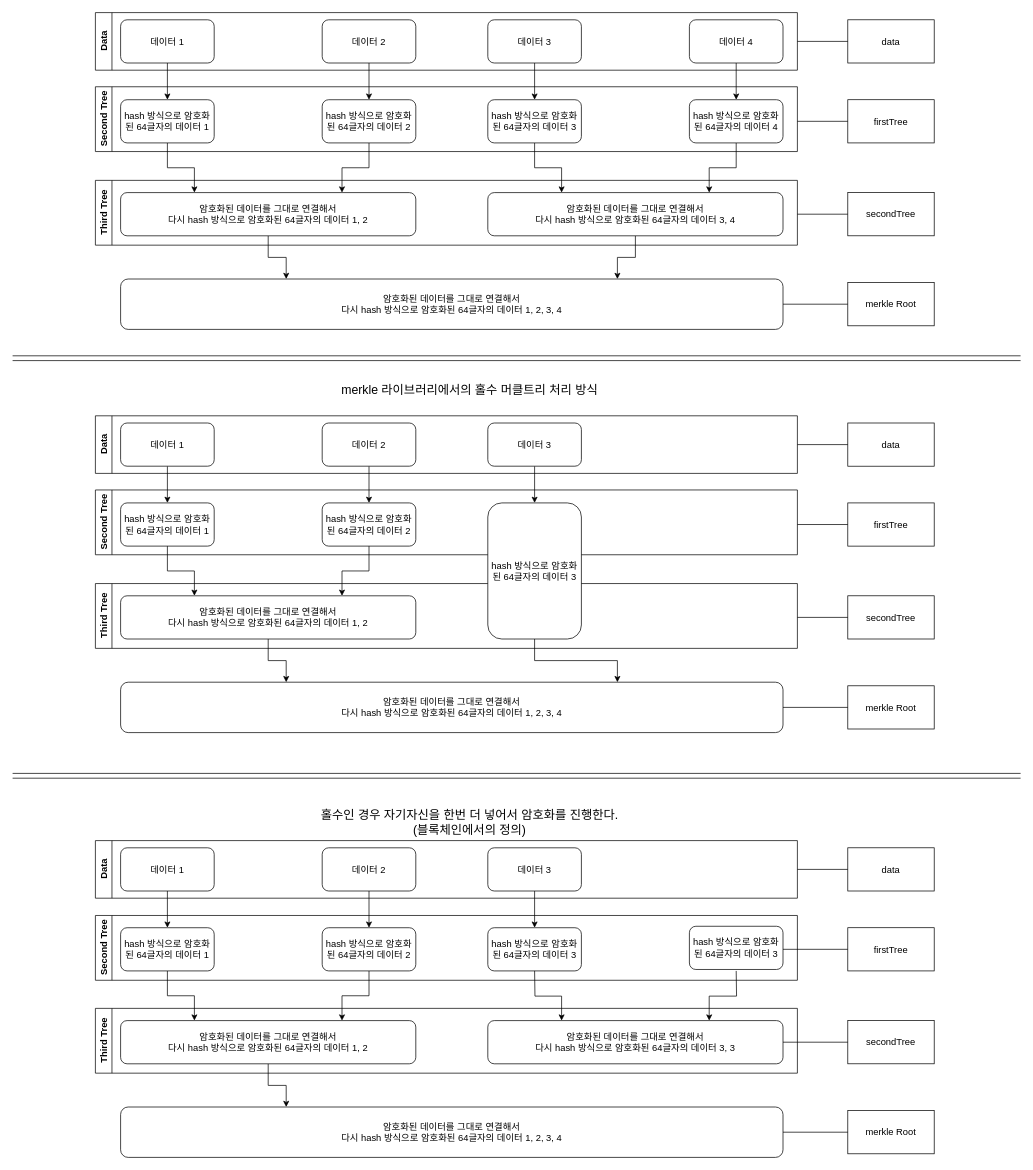
The draw.io diagram New.No.057/merkle.drawio in KimSunJ/Blockchain77, before the edit. Source tidied: cells renumbered, new cells numbered last; positions are measured from the earlier drawing's top-left corner, leaving out a move shared by most shapes. Both pictures are drawn from the tidied source at 72%, with x=0, y=0 at pixel (12, 12).
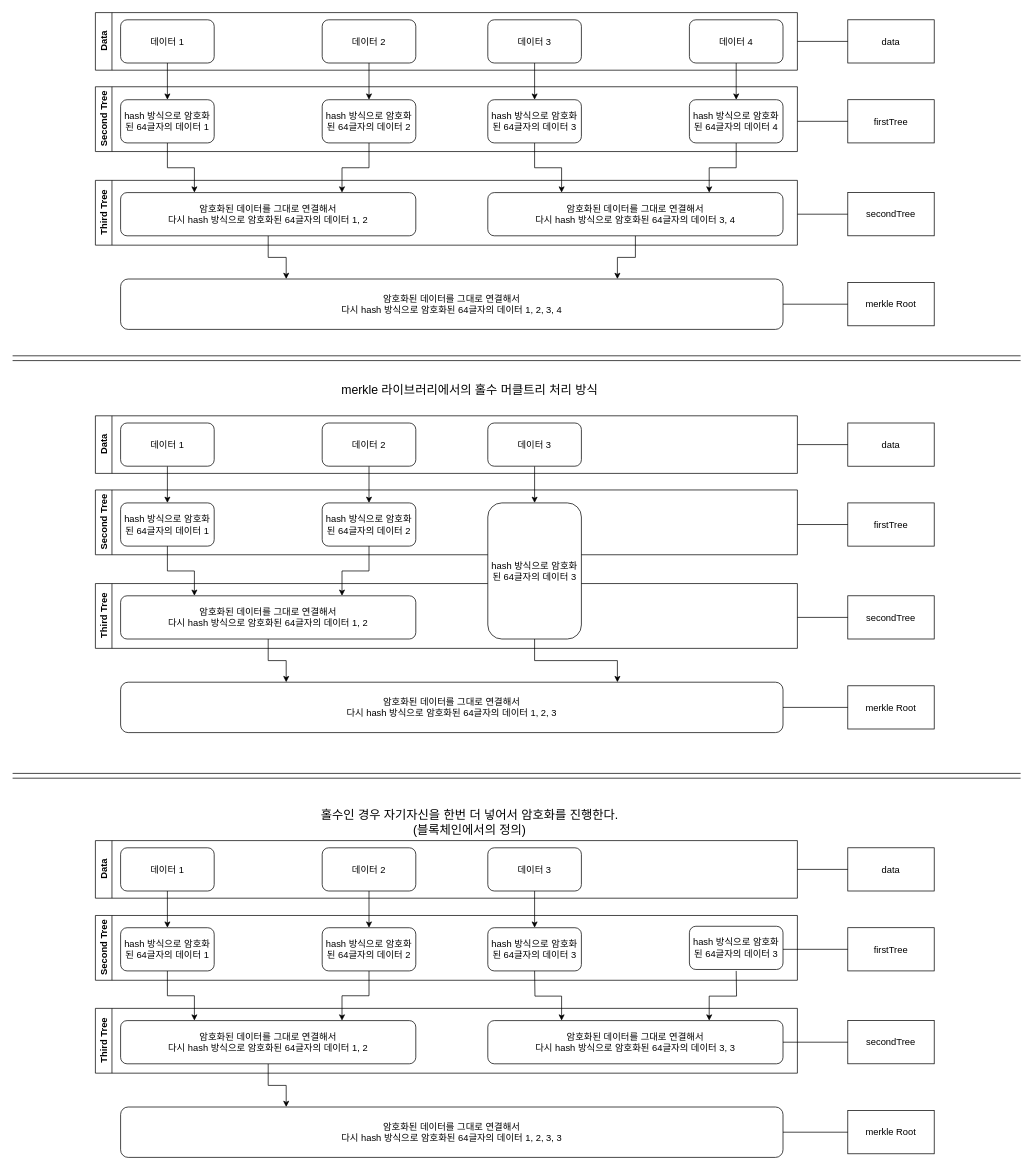
The same diagram, later.

Change to the diagram source:
```diff
@@
-    <mxCell id="47" value="암호화된 데이터를 그대로 연결해서&lt;br style=&quot;font-size: 13px;&quot;&gt;다시 hash 방식으로 암호화된 64글자의 데이터 1, 2, 3, 4" style="rounded=1;whiteSpace=wrap;html=1;fontSize=13;" parent="1" vertex="1">
+    <mxCell id="47" value="암호화된 데이터를 그대로 연결해서&lt;br style=&quot;font-size: 13px;&quot;&gt;다시 hash 방식으로 암호화된 64글자의 데이터 1, 2, 3" style="rounded=1;whiteSpace=wrap;html=1;fontSize=13;" parent="1" vertex="1">
       <mxGeometry x="150" y="930" width="920" height="70" as="geometry" />
     </mxCell>
@@
-    <mxCell id="73" value="암호화된 데이터를 그대로 연결해서&lt;br style=&quot;font-size: 13px;&quot;&gt;다시 hash 방식으로 암호화된 64글자의 데이터 1, 2, 3, 4" style="rounded=1;whiteSpace=wrap;html=1;fontSize=13;" parent="1" vertex="1">
+    <mxCell id="73" value="암호화된 데이터를 그대로 연결해서&lt;br style=&quot;font-size: 13px;&quot;&gt;다시 hash 방식으로 암호화된 64글자의 데이터 1, 2, 3, 3" style="rounded=1;whiteSpace=wrap;html=1;fontSize=13;" parent="1" vertex="1">
       <mxGeometry x="150" y="1520" width="920" height="70" as="geometry" />
     </mxCell>
```
